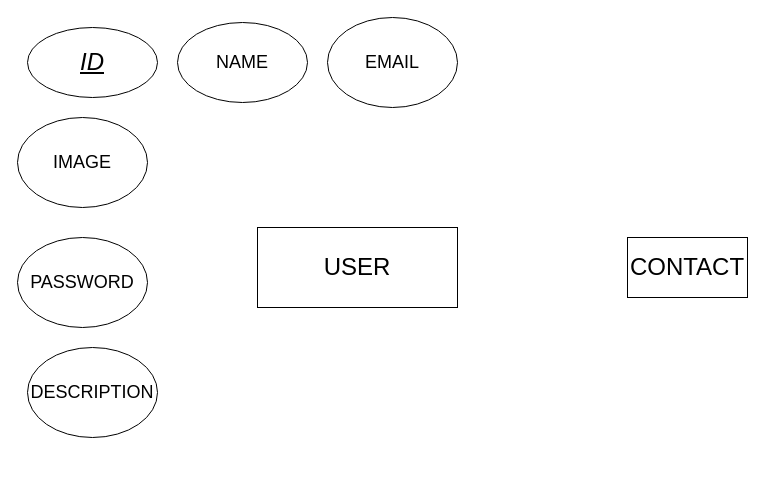
Earlier version of the draw.io diagram SmartContactManager.drawio (shivamani12/firstOne). Source tidied: cells renumbered, new cells numbered last; positions are measured from the earlier drawing's top-left corner, leaving out a move shared by most shapes. Both pictures are drawn from the tidied source at 100%, with x=0, y=0 at pixel (17, 17).
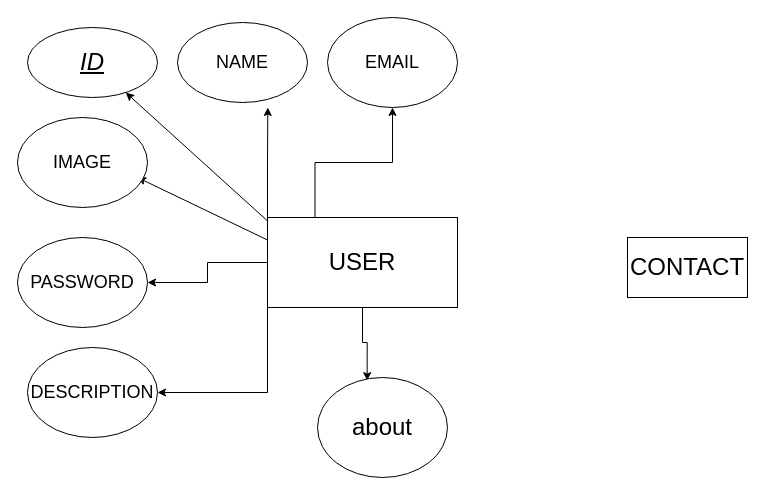
Above is the later version.

Change to the diagram source:
```diff
@@
 <mxGraphModel>
   <root>
     <mxCell id="0" />
     <mxCell id="1" parent="0" />
+    <mxCell id="10" style="edgeStyle=orthogonalEdgeStyle;rounded=0;jettySize=auto;html=1;" parent="1" edge="1" source="2" target="6">
+      <mxGeometry relative="1" as="geometry" />
+    </mxCell>
+    <mxCell id="11" style="edgeStyle=orthogonalEdgeStyle;rounded=0;jettySize=auto;html=1;exitX=0;exitY=0;exitDx=0;exitDy=0;" parent="1" edge="1" source="2">
+      <mxGeometry relative="1" as="geometry">
+        <mxPoint x="250.3" y="90" as="targetPoint" />
+      </mxGeometry>
+    </mxCell>
+    <mxCell id="12" style="edgeStyle=orthogonalEdgeStyle;rounded=0;jettySize=auto;html=1;exitX=0.25;exitY=0;exitDx=0;exitDy=0;entryX=0.5;entryY=1;entryDx=0;entryDy=0;" parent="1" edge="1" source="2" target="7">
+      <mxGeometry relative="1" as="geometry" />
+    </mxCell>
+    <mxCell id="13" style="rounded=0;jettySize=auto;html=1;exitX=0;exitY=0.25;exitDx=0;exitDy=0;" parent="1" edge="1" target="5">
+      <mxGeometry relative="1" as="geometry">
+        <mxPoint x="260" y="212.5" as="sourcePoint" />
+      </mxGeometry>
+    </mxCell>
+    <mxCell id="14" style="rounded=0;jettySize=auto;html=1;exitX=0;exitY=0.25;exitDx=0;exitDy=0;entryX=1;entryY=0.778;entryDx=0;entryDy=0;entryPerimeter=0;" parent="1" edge="1" source="2">
+      <mxGeometry relative="1" as="geometry">
+        <mxPoint x="120" y="160" as="targetPoint" />
+      </mxGeometry>
+    </mxCell>
+    <mxCell id="15" style="edgeStyle=orthogonalEdgeStyle;rounded=0;jettySize=auto;html=1;exitX=0;exitY=1;exitDx=0;exitDy=0;entryX=1;entryY=0.5;entryDx=0;entryDy=0;" parent="1" edge="1" source="2" target="9">
+      <mxGeometry relative="1" as="geometry" />
+    </mxCell>
+    <mxCell id="16" style="edgeStyle=orthogonalEdgeStyle;rounded=0;jettySize=auto;html=1;exitX=0.5;exitY=1;exitDx=0;exitDy=0;entryX=0.382;entryY=0.031;entryDx=0;entryDy=0;entryPerimeter=0;" parent="1" edge="1" source="2" target="17">
+      <mxGeometry relative="1" as="geometry" />
+    </mxCell>
     <mxCell id="2" value="&lt;font style=&quot;font-size: 24px;&quot;&gt;USER&lt;/font&gt;" style="rounded=0;whiteSpace=wrap;html=1;" parent="1" vertex="1">
-      <mxGeometry x="240" y="210" width="200" height="80" as="geometry" />
+      <mxGeometry x="250" y="200" width="190" height="90" as="geometry" />
     </mxCell>
     <mxCell id="3" value="&lt;font style=&quot;font-size: 24px;&quot;&gt;CONTACT&lt;/font&gt;" style="rounded=0;whiteSpace=wrap;html=1;" parent="1" vertex="1">
       <mxGeometry x="610" y="220" width="120" height="60" as="geometry" />
     </mxCell>
     <mxCell id="4" value="&lt;font style=&quot;font-size: 18px;&quot;&gt;NAME&lt;/font&gt;" style="ellipse;whiteSpace=wrap;html=1;" parent="1" vertex="1">
       <mxGeometry x="160" y="5" width="130" height="80" as="geometry" />
     </mxCell>
     <mxCell id="5" value="&lt;font style=&quot;font-size: 24px;&quot;&gt;&lt;u&gt;&lt;i&gt;ID&lt;/i&gt;&lt;/u&gt;&lt;/font&gt;" style="ellipse;whiteSpace=wrap;html=1;" parent="1" vertex="1">
       <mxGeometry x="10" y="10" width="130" height="70" as="geometry" />
     </mxCell>
     <mxCell id="6" value="&lt;font style=&quot;font-size: 18px;&quot;&gt;PASSWORD&lt;/font&gt;" style="ellipse;whiteSpace=wrap;html=1;" parent="1" vertex="1">
       <mxGeometry y="220" width="130" height="90" as="geometry" />
     </mxCell>
     <mxCell id="7" value="&lt;font style=&quot;font-size: 18px;&quot;&gt;EMAIL&lt;/font&gt;" style="ellipse;whiteSpace=wrap;html=1;" parent="1" vertex="1">
       <mxGeometry x="310" width="130" height="90" as="geometry" />
     </mxCell>
     <mxCell id="8" value="&lt;font style=&quot;font-size: 18px;&quot;&gt;IMAGE&lt;/font&gt;" style="ellipse;whiteSpace=wrap;html=1;" parent="1" vertex="1">
       <mxGeometry y="100" width="130" height="90" as="geometry" />
     </mxCell>
     <mxCell id="9" value="&lt;font style=&quot;font-size: 18px;&quot;&gt;DESCRIPTION&lt;/font&gt;" style="ellipse;whiteSpace=wrap;html=1;" parent="1" vertex="1">
       <mxGeometry x="10" y="330" width="130" height="90" as="geometry" />
     </mxCell>
+    <mxCell id="17" value="&lt;font style=&quot;font-size: 24px;&quot;&gt;about&lt;/font&gt;" style="ellipse;whiteSpace=wrap;html=1;" parent="1" vertex="1">
+      <mxGeometry x="300" y="360" width="130" height="100" as="geometry" />
+    </mxCell>
   </root>
 </mxGraphModel>
```
